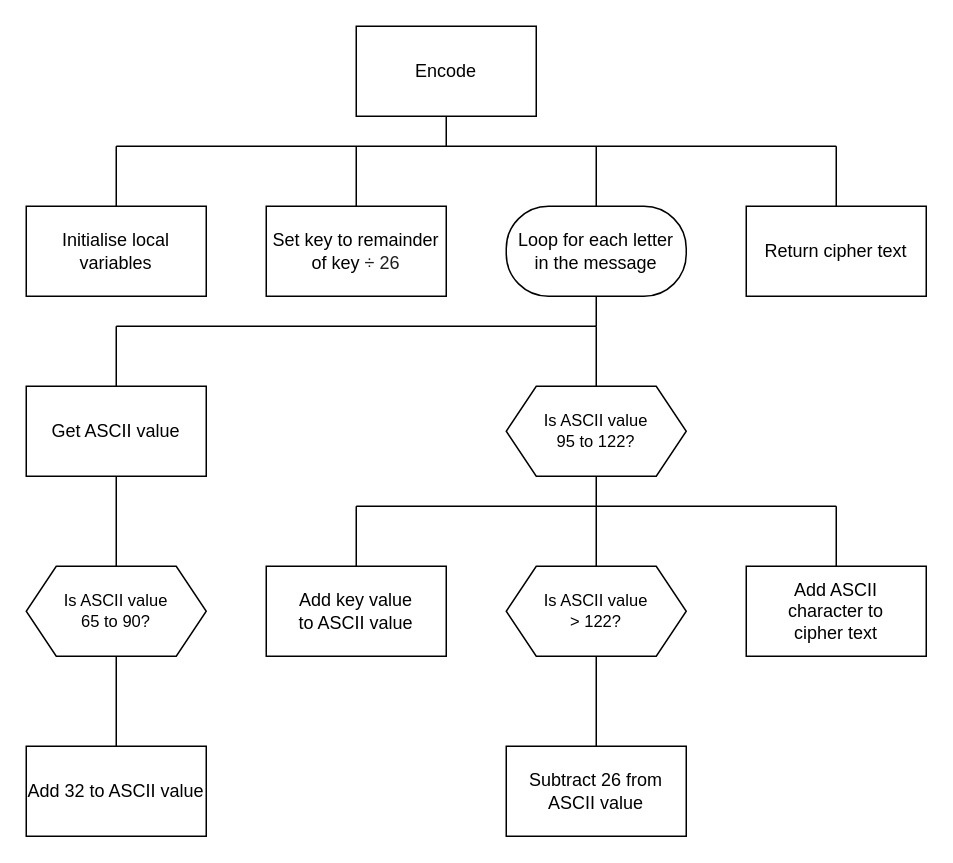
Above: page "sd" (5 of 6) of higher/H-SDD-Caesar-Cipher/assets/H SDD Caesar Cipher.drawio in MrFriendCS/MrFriendCS.github.io (draw.io), before the change. Source tidied: cells renumbered, new cells numbered last; positions are measured from the earlier drawing's top-left corner, leaving out a move shared by most shapes. Both pictures are drawn from the tidied source at 150%, with x=0, y=0 at pixel (26, 26).
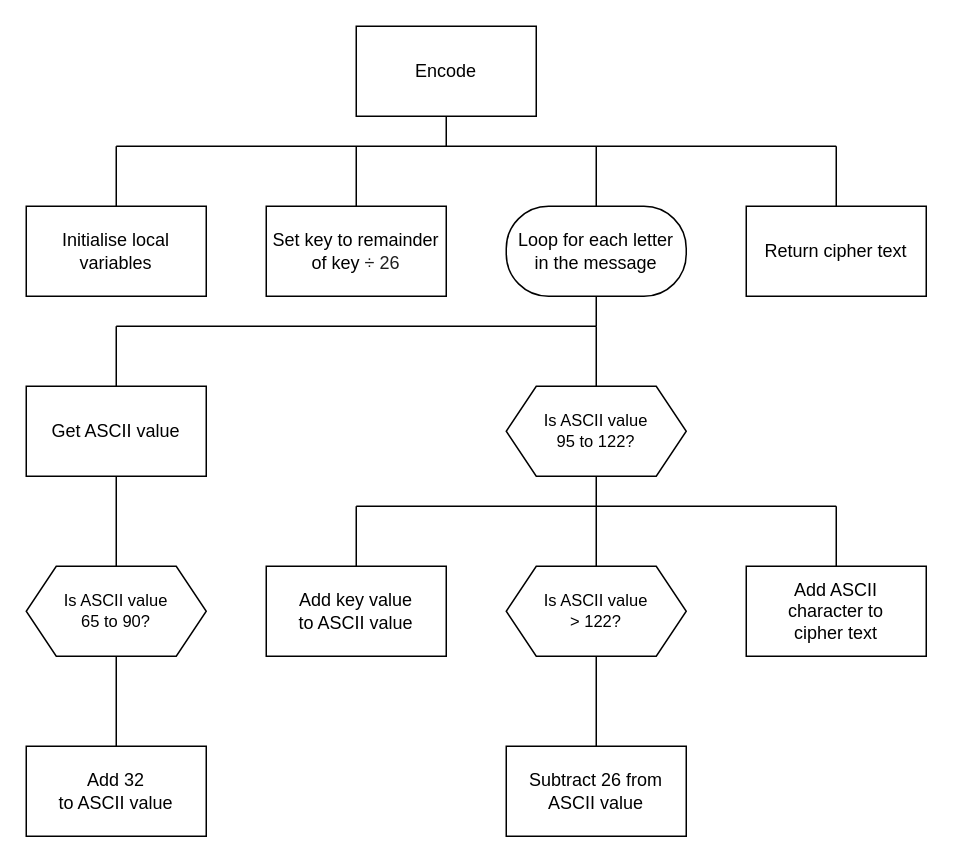
Above is the later version.

Diff of the diagram source:
```diff
@@
-    <mxCell id="14" value="&lt;font style=&quot;font-size: 12px;&quot; face=&quot;Helvetica&quot;&gt;Add 32 to ASCII value&lt;/font&gt;" style="rounded=0;whiteSpace=wrap;html=1;fontFamily=Lucida Console;fontSize=12;fontColor=default;" parent="1" vertex="1">
+    <mxCell id="14" value="&lt;font style=&quot;font-size: 12px;&quot; face=&quot;Helvetica&quot;&gt;Add 32&lt;/font&gt;&lt;div&gt;&lt;font style=&quot;font-size: 12px;&quot; face=&quot;Helvetica&quot;&gt;to ASCII value&lt;/font&gt;&lt;/div&gt;" style="rounded=0;whiteSpace=wrap;html=1;fontFamily=Lucida Console;fontSize=12;fontColor=default;" parent="1" vertex="1">
       <mxGeometry y="480" width="120" height="60" as="geometry" />
     </mxCell>
```
